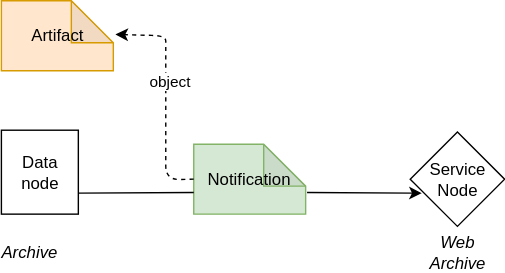
Before: images/one_way_data_node.svg, a diagram exported from draw.io (MellonScholarlyCommunication/spec-notifications). Source tidied: cells renumbered, new cells last; positions are measured from the earlier drawing's top-left corner, leaving out a move shared by most shapes. The source it was exported from:
```xml
<mxGraphModel>
  <root>
    <mxCell id="0" />
    <mxCell id="1" parent="0" />
    <mxCell id="2" value="Data node" style="rounded=0;whiteSpace=wrap;html=1;rotation=0;" parent="1" vertex="1">
      <mxGeometry x="0.5" y="92.5" width="55" height="60" as="geometry" />
    </mxCell>
    <mxCell id="3" value="Notification" style="shape=note;whiteSpace=wrap;html=1;backgroundOutline=1;darkOpacity=0.05;strokeColor=#82b366;fillColor=#d5e8d4;" parent="1" vertex="1">
      <mxGeometry x="138" y="102.5" width="80" height="50" as="geometry" />
    </mxCell>
    <mxCell id="4" value="Artifact" style="shape=note;whiteSpace=wrap;html=1;backgroundOutline=1;darkOpacity=0.05;strokeColor=#d79b00;fillColor=#ffe6cc;" parent="1" vertex="1">
      <mxGeometry x="0.5" width="80" height="50" as="geometry" />
    </mxCell>
    <mxCell id="5" style="endArrow=classic;html=1;exitX=0;exitY=0.5;exitDx=0;exitDy=0;exitPerimeter=0;entryX=1.019;entryY=0.48;entryDx=0;entryDy=0;entryPerimeter=0;dashed=1;" parent="1" edge="1" source="3" target="4">
      <mxGeometry relative="1" as="geometry">
        <Array as="points">
          <mxPoint x="118" y="128" />
          <mxPoint x="118" y="40" />
          <mxPoint x="118" y="25" />
        </Array>
      </mxGeometry>
    </mxCell>
    <mxCell id="6" value="object" style="edgeLabel;html=1;align=center;verticalAlign=middle;" parent="5" vertex="1">
      <mxGeometry x="0.15" y="-2" relative="1" as="geometry" />
    </mxCell>
    <mxCell id="7" style="endArrow=none;html=1;exitX=1;exitY=0.75;exitDx=0;exitDy=0;" parent="1" edge="1" source="2">
      <mxGeometry relative="1" as="geometry">
        <mxPoint x="138" y="137" as="targetPoint" />
      </mxGeometry>
    </mxCell>
    <mxCell id="8" style="endArrow=classic;html=1;entryX=0;entryY=0.75;entryDx=0;entryDy=0;" parent="1" edge="1">
      <mxGeometry relative="1" as="geometry">
        <mxPoint x="219" y="137" as="sourcePoint" />
        <mxPoint x="301" y="137.5" as="targetPoint" />
      </mxGeometry>
    </mxCell>
    <mxCell id="9" value="&lt;i&gt;Archive&lt;/i&gt;" style="text;html=1;strokeColor=none;fillColor=none;align=center;verticalAlign=middle;whiteSpace=wrap;rounded=0;" parent="1" vertex="1">
      <mxGeometry x="0.5" y="170" width="40" height="20" as="geometry" />
    </mxCell>
    <mxCell id="10" value="&lt;i&gt;Web&lt;br&gt;Archive&lt;br&gt;&lt;/i&gt;" style="text;html=1;strokeColor=none;fillColor=none;align=center;verticalAlign=middle;whiteSpace=wrap;rounded=0;" parent="1" vertex="1">
      <mxGeometry x="306.5" y="170" width="40" height="20" as="geometry" />
    </mxCell>
    <mxCell id="11" value="Service&lt;br&gt;Node" style="rhombus;whiteSpace=wrap;html=1;" parent="1" vertex="1">
      <mxGeometry x="292.8" y="93.8" width="67.5" height="67.5" as="geometry" />
    </mxCell>
  </root>
</mxGraphModel>
```
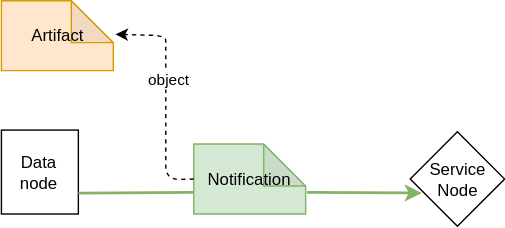
Later version of the same file.

The edit, as a diff of the source:
```diff
@@ -23,23 +23,17 @@
     <mxCell id="6" value="object" style="edgeLabel;html=1;align=center;verticalAlign=middle;" parent="5" vertex="1">
       <mxGeometry x="0.15" y="-2" relative="1" as="geometry" />
     </mxCell>
-    <mxCell id="7" style="endArrow=none;html=1;exitX=1;exitY=0.75;exitDx=0;exitDy=0;" parent="1" edge="1" source="2">
+    <mxCell id="7" style="endArrow=none;html=1;exitX=1;exitY=0.75;exitDx=0;exitDy=0;strokeWidth=2;fillColor=#d5e8d4;strokeColor=#82b366;" parent="1" edge="1" source="2">
       <mxGeometry relative="1" as="geometry">
         <mxPoint x="138" y="137" as="targetPoint" />
       </mxGeometry>
     </mxCell>
-    <mxCell id="8" style="endArrow=classic;html=1;entryX=0;entryY=0.75;entryDx=0;entryDy=0;" parent="1" edge="1">
+    <mxCell id="8" style="endArrow=classic;html=1;entryX=0;entryY=0.75;entryDx=0;entryDy=0;strokeWidth=2;fillColor=#d5e8d4;strokeColor=#82b366;" parent="1" edge="1">
       <mxGeometry relative="1" as="geometry">
         <mxPoint x="219" y="137" as="sourcePoint" />
         <mxPoint x="301" y="137.5" as="targetPoint" />
       </mxGeometry>
     </mxCell>
-    <mxCell id="9" value="&lt;i&gt;Archive&lt;/i&gt;" style="text;html=1;strokeColor=none;fillColor=none;align=center;verticalAlign=middle;whiteSpace=wrap;rounded=0;" parent="1" vertex="1">
-      <mxGeometry x="0.5" y="170" width="40" height="20" as="geometry" />
-    </mxCell>
-    <mxCell id="10" value="&lt;i&gt;Web&lt;br&gt;Archive&lt;br&gt;&lt;/i&gt;" style="text;html=1;strokeColor=none;fillColor=none;align=center;verticalAlign=middle;whiteSpace=wrap;rounded=0;" parent="1" vertex="1">
-      <mxGeometry x="306.5" y="170" width="40" height="20" as="geometry" />
-    </mxCell>
     <mxCell id="11" value="Service&lt;br&gt;Node" style="rhombus;whiteSpace=wrap;html=1;" parent="1" vertex="1">
       <mxGeometry x="292.8" y="93.8" width="67.5" height="67.5" as="geometry" />
     </mxCell>
```
